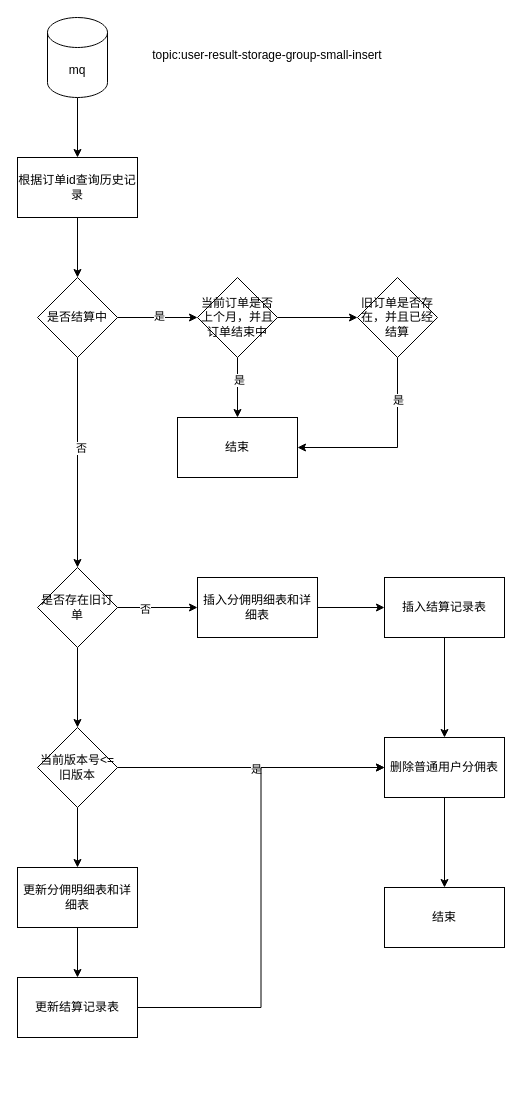
This is miyuan/普通分佣订单消费.drawio from smallleaf/draw.io, a draw.io file, before an edit. Source tidied: cells renumbered, new cells numbered last; positions are measured from the earlier drawing's top-left corner, leaving out a move shared by most shapes. Both pictures are drawn from the tidied source at 100%, with x=0, y=0 at pixel (17, 17).
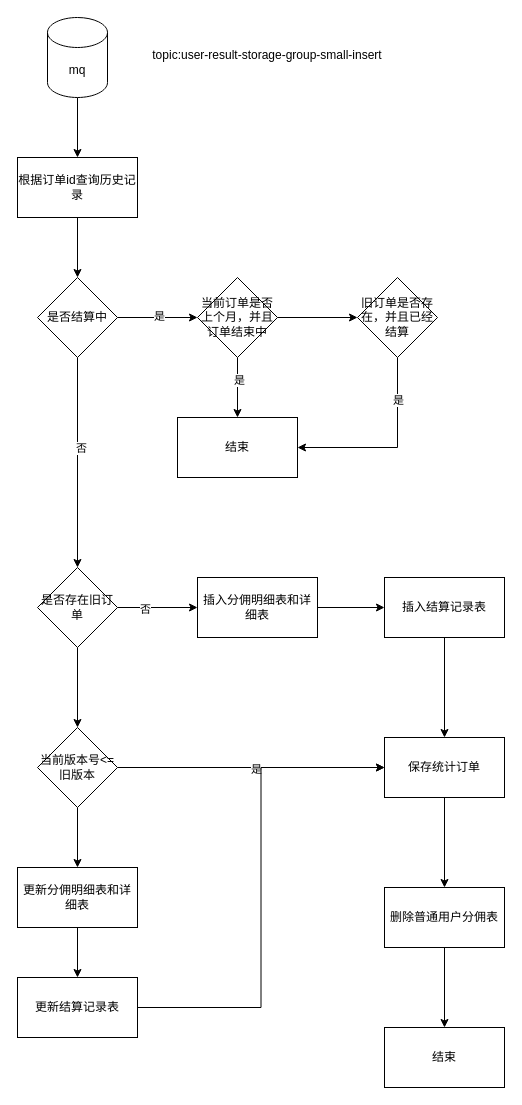
Above is the later version.

Commit message:
更新普通分佣订单消费.drawio

What changed in the source:
```diff
@@
-    <mxCell id="33" value="删除普通用户分佣表" style="whiteSpace=wrap;html=1;" parent="1" vertex="1">
+    <mxCell id="33" value="保存统计订单" style="whiteSpace=wrap;html=1;" parent="1" vertex="1">
       <mxGeometry x="367" y="720" width="120" height="60" as="geometry" />
     </mxCell>
+    <mxCell id="39" style="edgeStyle=orthogonalEdgeStyle;rounded=0;jettySize=auto;html=1;" parent="1" edge="1" source="34" target="40">
+      <mxGeometry relative="1" as="geometry" />
+    </mxCell>
-    <mxCell id="34" value="结束" style="whiteSpace=wrap;html=1;" parent="1" vertex="1">
+    <mxCell id="34" value="删除普通用户分佣表" style="whiteSpace=wrap;html=1;" parent="1" vertex="1">
       <mxGeometry x="367" y="870" width="120" height="60" as="geometry" />
     </mxCell>
@@
+    <mxCell id="40" value="结束" style="whiteSpace=wrap;html=1;" parent="1" vertex="1">
+      <mxGeometry x="367" y="1010" width="120" height="60" as="geometry" />
+    </mxCell>
```
